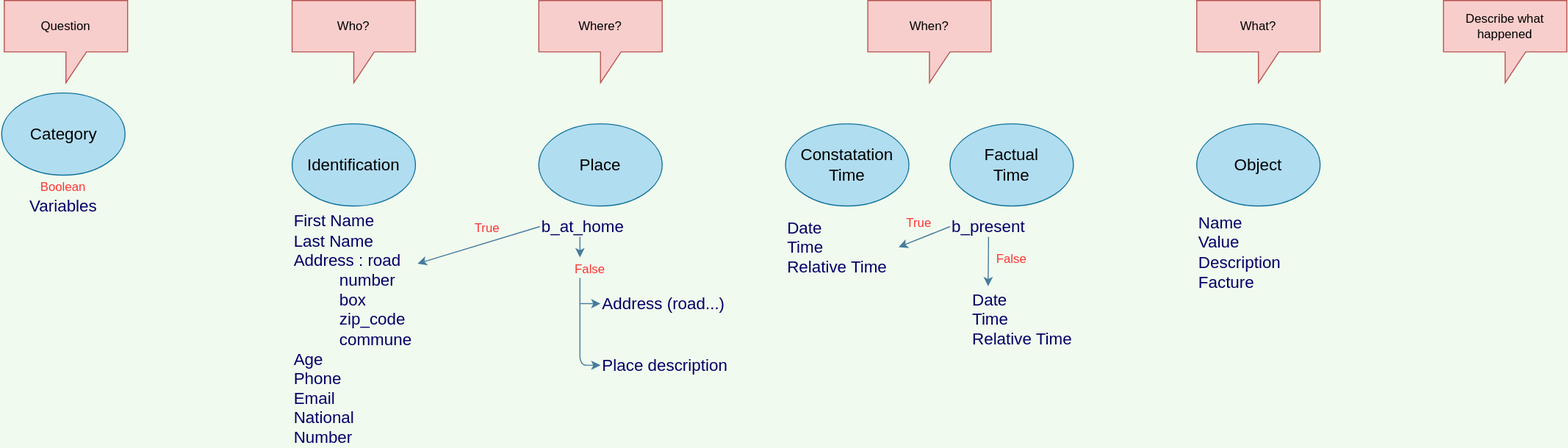
Above: concepts/Variables_needed.svg in Joffreybvn/police-training-chatbot (draw.io), before the change. Source tidied: cells renumbered, new cells last; positions are measured from the earlier drawing's top-left corner, leaving out a move shared by most shapes.
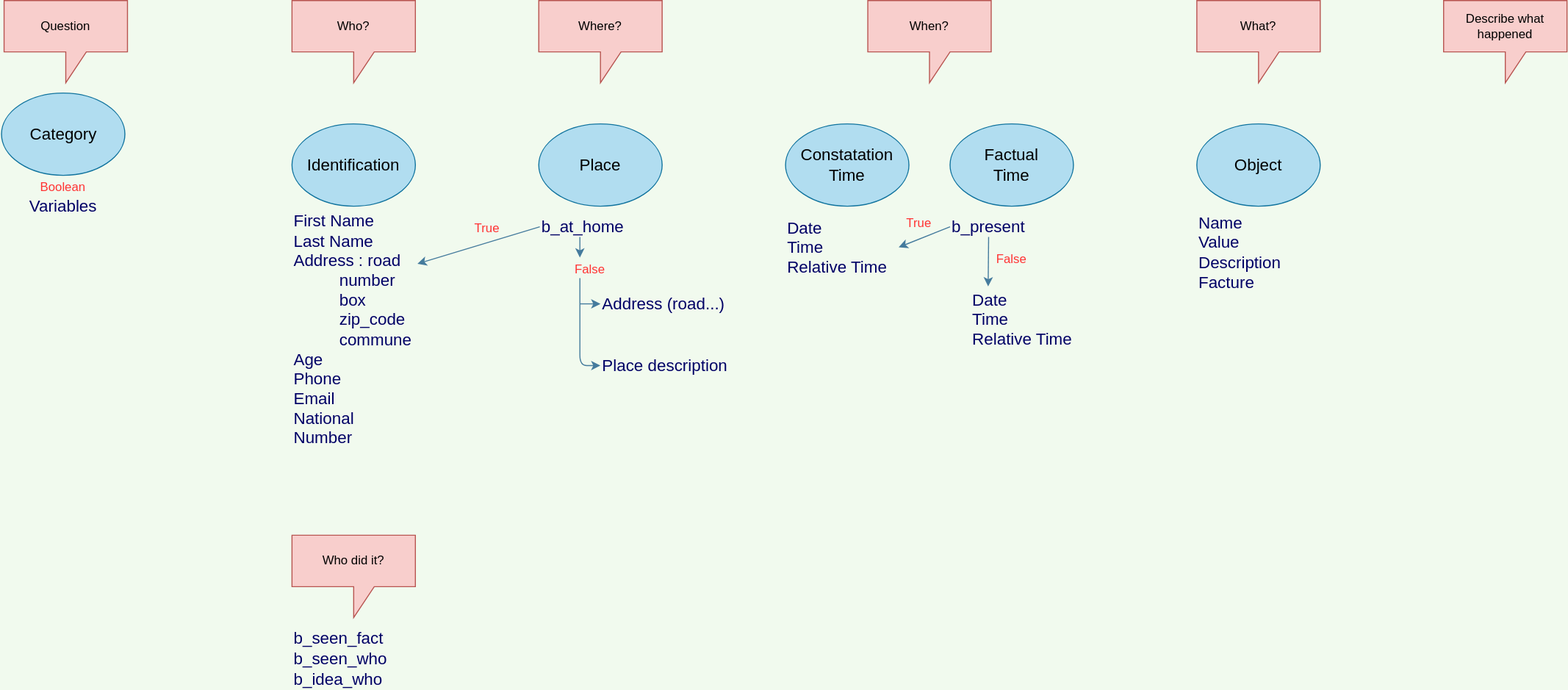
Above is the later version.

Change to the diagram source:
```diff
@@ -109,5 +109,17 @@
     <mxCell id="34" value="Name&lt;br&gt;Value&lt;br&gt;Description&lt;br&gt;Facture" style="text;html=1;align=left;verticalAlign=middle;whiteSpace=wrap;rounded=0;sketch=0;strokeWidth=1;fontColor=#000066;fontSize=16;" parent="1" vertex="1">
       <mxGeometry x="1162" y="210" width="110" height="70" as="geometry" />
     </mxCell>
+    <mxCell id="35" value="Who did it?" style="shape=callout;whiteSpace=wrap;html=1;perimeter=calloutPerimeter;rounded=0;sketch=0;strokeColor=#b85450;fillColor=#f8cecc;" parent="1" vertex="1">
+      <mxGeometry x="282" y="520" width="120" height="80" as="geometry" />
+    </mxCell>
+    <mxCell id="36" value="b_seen_fact" style="text;html=1;align=left;verticalAlign=middle;whiteSpace=wrap;rounded=0;sketch=0;strokeWidth=1;fontColor=#000066;fontSize=16;" parent="1" vertex="1">
+      <mxGeometry x="282" y="610" width="89" height="20" as="geometry" />
+    </mxCell>
+    <mxCell id="37" value="b_seen_who" style="text;html=1;align=left;verticalAlign=middle;whiteSpace=wrap;rounded=0;sketch=0;strokeWidth=1;fontColor=#000066;fontSize=16;" parent="1" vertex="1">
+      <mxGeometry x="282" y="630" width="89" height="20" as="geometry" />
+    </mxCell>
+    <mxCell id="38" value="b_idea_who" style="text;html=1;align=left;verticalAlign=middle;whiteSpace=wrap;rounded=0;sketch=0;strokeWidth=1;fontColor=#000066;fontSize=16;" parent="1" vertex="1">
+      <mxGeometry x="282" y="650" width="89" height="20" as="geometry" />
+    </mxCell>
   </root>
 </mxGraphModel>
```
